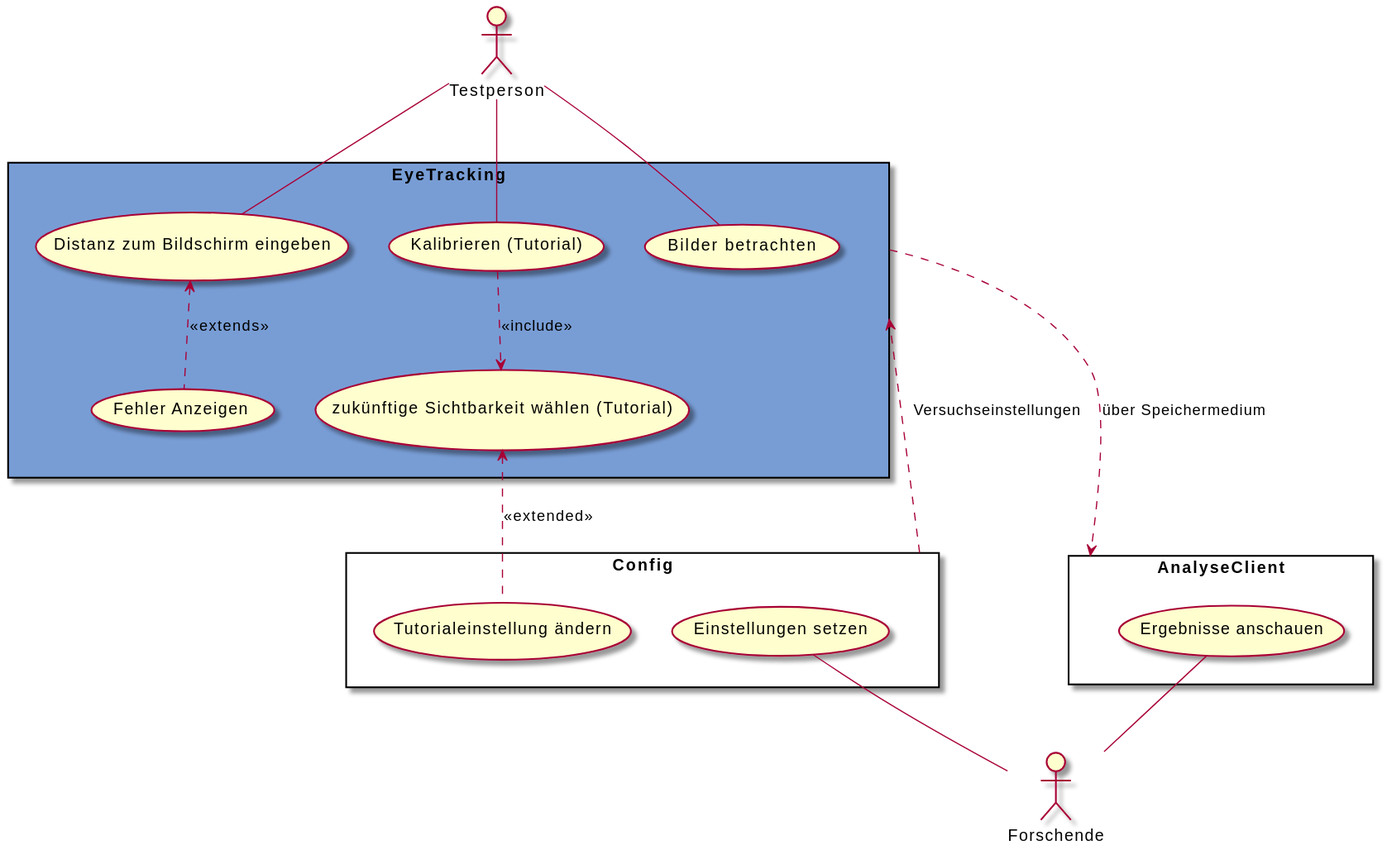
Before: meilenstein_05/usecase-EyeTracking/usecase-EyeTracking.svg, a diagram exported from PlantUML (weichware10/meilensteine).
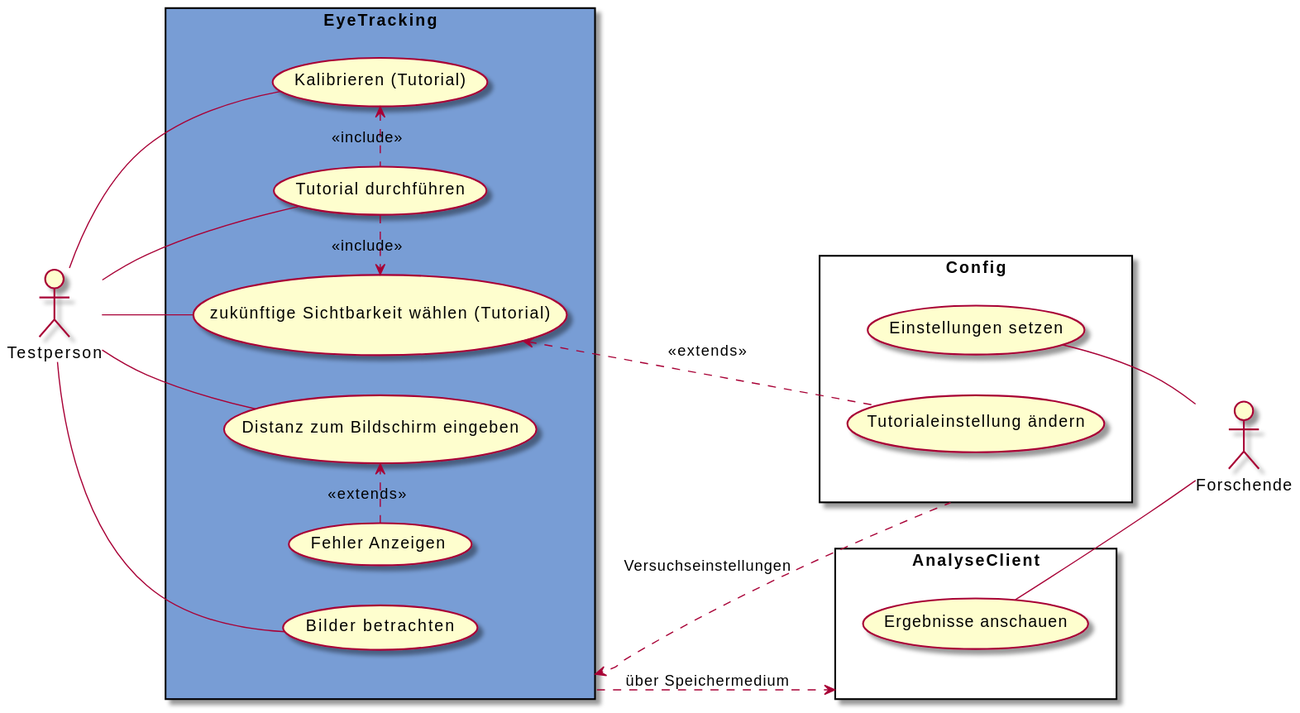
The same diagram one commit later.

Commit message:
rendered SVGs

What changed in the source:
```diff
@@ -1,14 +1,20 @@
 @startuml
+left to right direction
 
 actor Testperson as t
 actor Forschende as f
 
 rectangle EyeTracking as z #789dd5 {
     usecase "Distanz zum Bildschirm eingeben" as db
+    usecase "Tutorial durchführen" as td
     usecase "Kalibrieren (Tutorial)" as kt
     usecase "zukünftige Sichtbarkeit wählen (Tutorial)" as tw
     usecase "Bilder betrachten" as bb
     usecase "Fehler Anzeigen" as fa
+
+    td .l.> kt : <<include>>
+    td .r.> tw : <<include>>
+    db <.l. fa : <<extends>>
 }
 
 rectangle AnalyseClient as a {
@@ -20,16 +26,16 @@
     usecase "Tutorialeinstellung ändern" as tä
 }
 
+t -- td
 t -- db
 t -- kt
 t -- bb
+t -- tw
 
 es -- f
 ea -- f
 
-tw <.. tä : <<extended>>
+tw <.. tä : <<extends>>
 z ..> a : über Speichermedium
 z <.. c : Versuchseinstellungen
-db <.. fa : <<extends>>
-kt ..> tw : <<include>>
 @enduml
```
